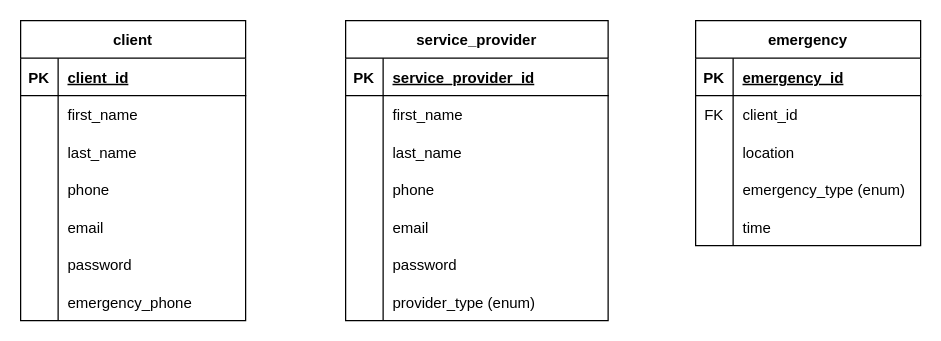
Earlier version of the draw.io diagram erd.drawio (faisal2754/panic). Source tidied: cells renumbered, new cells numbered last; positions are measured from the earlier drawing's top-left corner, leaving out a move shared by most shapes. Both pictures are drawn from the tidied source at 125%, with x=0, y=0 at pixel (20, 20).
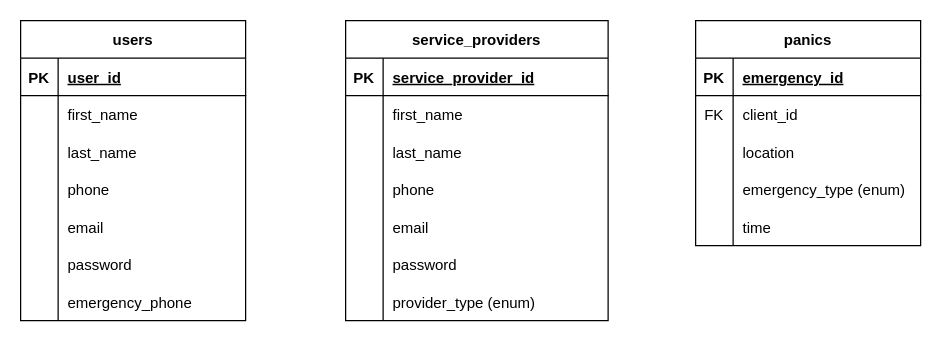
The same page after the edit.

The change refers to these unchanged cells:
```xml
<mxCell id="3" style="shape=tableRow;horizontal=0;startSize=0;swimlaneHead=0;swimlaneBody=0;fillColor=none;top=0;left=0;right=0;bottom=1;" parent="2" vertex="1">
  <mxGeometry y="30" width="180" height="30" as="geometry" />
</mxCell>
```

The edit, as a diff of the source:
```diff
@@
-    <mxCell id="2" value="client" style="shape=table;startSize=30;childLayout=tableLayout;rowLines=0;fontStyle=1;align=center;" parent="1" vertex="1">
+    <mxCell id="2" value="users" style="shape=table;startSize=30;childLayout=tableLayout;rowLines=0;fontStyle=1;align=center;" parent="1" vertex="1">
       <mxGeometry width="180" height="240" as="geometry" />
     </mxCell>
@@
-    <mxCell id="5" value="client_id" style="shape=partialRectangle;fillColor=none;top=0;left=0;bottom=0;right=0;align=left;spacingLeft=6;fontStyle=5;overflow=hidden;" parent="3" vertex="1">
+    <mxCell id="5" value="user_id" style="shape=partialRectangle;fillColor=none;top=0;left=0;bottom=0;right=0;align=left;spacingLeft=6;fontStyle=5;overflow=hidden;" parent="3" vertex="1">
       <mxGeometry x="30" width="150" height="30" as="geometry" />
     </mxCell>
@@
-    <mxCell id="24" value="service_provider" style="shape=table;startSize=30;childLayout=tableLayout;rowLines=0;fontStyle=1;align=center;" parent="1" vertex="1">
+    <mxCell id="24" value="service_providers" style="shape=table;startSize=30;childLayout=tableLayout;rowLines=0;fontStyle=1;align=center;" parent="1" vertex="1">
       <mxGeometry x="260" width="210" height="240" as="geometry" />
     </mxCell>
@@
-    <mxCell id="46" value="emergency" style="shape=table;startSize=30;childLayout=tableLayout;rowLines=0;fontStyle=1;align=center;" parent="1" vertex="1">
+    <mxCell id="46" value="panics" style="shape=table;startSize=30;childLayout=tableLayout;rowLines=0;fontStyle=1;align=center;" parent="1" vertex="1">
       <mxGeometry x="540" width="180" height="180" as="geometry" />
     </mxCell>
```
